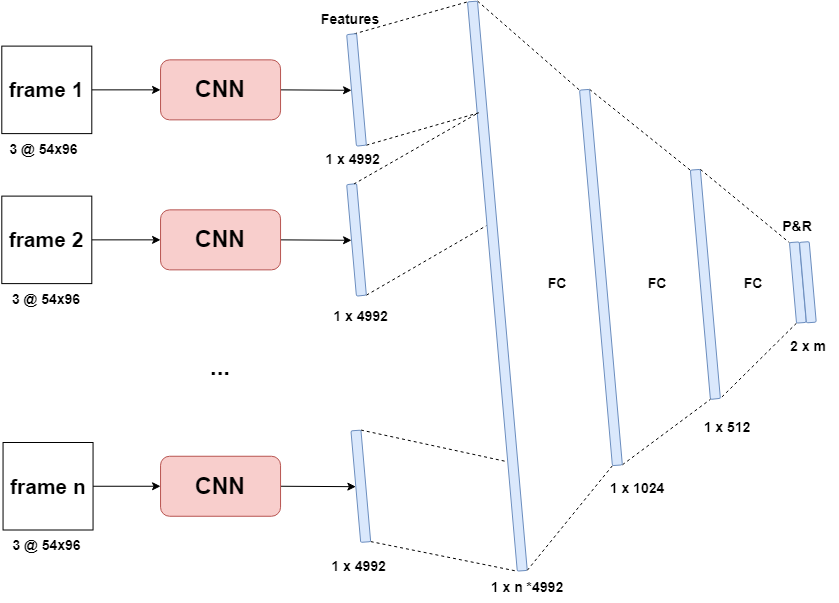
lancedw/3D-state-prediction-for-surface-vessels-using-IMU-data-and-images keeps this draw.io diagram as Documentation/images/architectures/CNN_linear.drawio.png. Above is the earlier version. Source tidied: cells renumbered, new cells last; positions are measured from the earlier drawing's top-left corner, leaving out a move shared by most shapes. The source it was exported from:
```xml
<mxGraphModel>
  <root>
    <mxCell id="0" />
    <mxCell id="1" parent="0" />
    <mxCell id="2" value="&lt;font style=&quot;font-size: 14px;&quot;&gt;1 x 1024&lt;/font&gt;" style="text;html=1;strokeColor=none;fillColor=none;align=center;verticalAlign=middle;whiteSpace=wrap;rounded=0;fontStyle=1;fontSize=14;" parent="1" vertex="1">
      <mxGeometry x="607" y="469.2" width="60" height="30" as="geometry" />
    </mxCell>
    <mxCell id="3" value="&lt;font style=&quot;font-size: 14px;&quot;&gt;1 x 512&lt;/font&gt;" style="text;html=1;strokeColor=none;fillColor=none;align=center;verticalAlign=middle;whiteSpace=wrap;rounded=0;fontStyle=1;fontSize=14;" parent="1" vertex="1">
      <mxGeometry x="697" y="408" width="60" height="30" as="geometry" />
    </mxCell>
    <mxCell id="4" value="FC" style="text;html=1;strokeColor=none;fillColor=none;align=center;verticalAlign=middle;whiteSpace=wrap;rounded=0;fontStyle=1;fontSize=14;" parent="1" vertex="1">
      <mxGeometry x="722.6" y="264.1" width="60" height="30" as="geometry" />
    </mxCell>
    <mxCell id="5" style="rounded=1;whiteSpace=wrap;html=1;glass=0;fontFamily=Helvetica;fontSize=14;fontColor=default;strokeColor=#6c8ebf;fillColor=#dae8fc;rotation=85;fontStyle=1;" parent="1" vertex="1">
      <mxGeometry x="589.9" y="274.9" width="230" height="10" as="geometry" />
    </mxCell>
    <mxCell id="6" style="endArrow=none;dashed=1;html=1;rounded=0;fontFamily=Helvetica;fontSize=14;fontColor=default;entryX=0;entryY=1;entryDx=0;entryDy=0;exitX=0;exitY=0;exitDx=0;exitDy=0;fontStyle=1;" parent="1" edge="1" source="5" target="8">
      <mxGeometry relative="1" as="geometry" />
    </mxCell>
    <mxCell id="7" style="endArrow=none;dashed=1;html=1;rounded=0;fontFamily=Helvetica;fontSize=14;fontColor=default;exitX=1;exitY=1;exitDx=0;exitDy=0;entryX=1;entryY=0;entryDx=0;entryDy=0;fontStyle=1;" parent="1" edge="1" source="8" target="5">
      <mxGeometry relative="1" as="geometry" />
    </mxCell>
    <mxCell id="8" style="rounded=1;whiteSpace=wrap;html=1;glass=0;fontFamily=Helvetica;fontSize=14;fontColor=default;strokeColor=#6c8ebf;fillColor=#dae8fc;rotation=85;fontStyle=1;" parent="1" vertex="1">
      <mxGeometry x="757" y="273.1" width="80.7" height="9.8" as="geometry" />
    </mxCell>
    <mxCell id="9" style="edgeStyle=none;shape=connector;rounded=0;jettySize=auto;html=1;exitX=0;exitY=0;exitDx=0;exitDy=0;entryX=0;entryY=1;entryDx=0;entryDy=0;dashed=1;labelBackgroundColor=default;fontFamily=Helvetica;fontSize=11;fontColor=default;endArrow=none;endFill=0;strokeColor=default;" parent="1" edge="1" source="10" target="48">
      <mxGeometry relative="1" as="geometry" />
    </mxCell>
    <mxCell id="10" style="rounded=1;whiteSpace=wrap;html=1;glass=0;fontFamily=Helvetica;fontSize=14;fontColor=default;strokeColor=#6c8ebf;fillColor=#dae8fc;rotation=85;fontStyle=1;" parent="1" vertex="1">
      <mxGeometry x="211.1" y="276.6" width="571.5" height="10" as="geometry" />
    </mxCell>
    <mxCell id="11" style="rounded=1;whiteSpace=wrap;html=1;glass=0;fontFamily=Helvetica;fontSize=14;fontColor=default;strokeColor=#6c8ebf;fillColor=#dae8fc;rotation=85;fontStyle=1;" parent="1" vertex="1">
      <mxGeometry x="767" y="272.9" width="80.7" height="9.8" as="geometry" />
    </mxCell>
    <mxCell id="12" value="&lt;span style=&quot;font-size: 14px;&quot;&gt;&lt;font style=&quot;font-size: 14px;&quot;&gt;P&amp;amp;R&lt;/font&gt;&lt;/span&gt;" style="text;html=1;strokeColor=none;fillColor=none;align=center;verticalAlign=middle;whiteSpace=wrap;rounded=0;fontStyle=1;fontSize=14;" parent="1" vertex="1">
      <mxGeometry x="767.4" y="206.6" width="60" height="30" as="geometry" />
    </mxCell>
    <mxCell id="13" value="&lt;span style=&quot;font-size: 14px;&quot;&gt;&lt;font style=&quot;font-size: 14px;&quot;&gt;2 x m&lt;/font&gt;&lt;/span&gt;" style="text;html=1;strokeColor=none;fillColor=none;align=center;verticalAlign=middle;whiteSpace=wrap;rounded=0;fontStyle=1;fontSize=14;" parent="1" vertex="1">
      <mxGeometry x="777.7" y="326.6" width="60" height="30" as="geometry" />
    </mxCell>
    <mxCell id="14" value="Features" style="text;html=1;strokeColor=none;fillColor=none;align=center;verticalAlign=middle;whiteSpace=wrap;rounded=0;fontStyle=1;fontSize=14;" parent="1" vertex="1">
      <mxGeometry x="320.1" y="0.4" width="60" height="30" as="geometry" />
    </mxCell>
    <mxCell id="15" value="&lt;font style=&quot;font-size: 14px;&quot;&gt;1 x n *4992&lt;/font&gt;" style="text;html=1;strokeColor=none;fillColor=none;align=center;verticalAlign=middle;whiteSpace=wrap;rounded=0;fontStyle=1;fontSize=14;" parent="1" vertex="1">
      <mxGeometry x="487" y="568" width="80" height="30" as="geometry" />
    </mxCell>
    <mxCell id="16" style="edgeStyle=none;shape=connector;rounded=0;jettySize=auto;html=1;exitX=1;exitY=0.5;exitDx=0;exitDy=0;entryX=0.5;entryY=1;entryDx=0;entryDy=0;labelBackgroundColor=default;fontFamily=Helvetica;fontSize=14;fontColor=default;endArrow=classic;endFill=1;strokeColor=default;fontStyle=1;" parent="1" edge="1" source="17" target="25">
      <mxGeometry relative="1" as="geometry" />
    </mxCell>
    <mxCell id="17" value="&lt;h1 style=&quot;font-size: 23px;&quot;&gt;CNN&lt;/h1&gt;" style="rounded=1;whiteSpace=wrap;html=1;glass=0;fontFamily=Helvetica;fontSize=23;strokeColor=#b85450;fillColor=#f8cecc;fontStyle=1;" parent="1" vertex="1">
      <mxGeometry x="160" y="55.4" width="120" height="60" as="geometry" />
    </mxCell>
    <mxCell id="18" style="edgeStyle=none;shape=connector;rounded=0;jettySize=auto;html=1;exitX=1;exitY=0.5;exitDx=0;exitDy=0;entryX=0.5;entryY=1;entryDx=0;entryDy=0;labelBackgroundColor=default;fontFamily=Helvetica;fontSize=14;fontColor=default;endArrow=classic;endFill=1;strokeColor=default;fontStyle=1;" parent="1" edge="1" source="19" target="27">
      <mxGeometry relative="1" as="geometry" />
    </mxCell>
    <mxCell id="19" value="&lt;h1 style=&quot;font-size: 23px;&quot;&gt;CNN&lt;/h1&gt;" style="rounded=1;whiteSpace=wrap;html=1;glass=0;fontFamily=Helvetica;fontSize=23;strokeColor=#b85450;fillColor=#f8cecc;fontStyle=1;" parent="1" vertex="1">
      <mxGeometry x="160" y="205.4" width="120" height="60" as="geometry" />
    </mxCell>
    <mxCell id="20" style="rounded=0;jettySize=auto;html=1;exitX=1;exitY=0.5;exitDx=0;exitDy=0;entryX=0.5;entryY=1;entryDx=0;entryDy=0;endArrow=classic;endFill=1;fontStyle=1;fontSize=14;" parent="1" edge="1" source="21" target="32">
      <mxGeometry relative="1" as="geometry" />
    </mxCell>
    <mxCell id="21" value="&lt;h1 style=&quot;font-size: 23px;&quot;&gt;CNN&lt;/h1&gt;" style="rounded=1;whiteSpace=wrap;html=1;glass=0;fontFamily=Helvetica;fontSize=23;strokeColor=#b85450;fillColor=#f8cecc;fontStyle=1;" parent="1" vertex="1">
      <mxGeometry x="160" y="451.8" width="120" height="60" as="geometry" />
    </mxCell>
    <mxCell id="22" value="&lt;h1 style=&quot;font-size: 24px;&quot;&gt;...&lt;/h1&gt;" style="text;html=1;strokeColor=none;fillColor=none;align=center;verticalAlign=middle;whiteSpace=wrap;rounded=0;glass=0;fontFamily=Helvetica;fontSize=24;fontColor=default;fontStyle=1;" parent="1" vertex="1">
      <mxGeometry x="190" y="348" width="60" height="30" as="geometry" />
    </mxCell>
    <mxCell id="23" style="edgeStyle=none;shape=connector;rounded=0;jettySize=auto;html=1;exitX=0;exitY=0.25;exitDx=0;exitDy=0;entryX=0;entryY=1;entryDx=0;entryDy=0;dashed=1;labelBackgroundColor=default;fontFamily=Helvetica;fontSize=14;fontColor=default;endArrow=none;endFill=0;strokeColor=default;fontStyle=1;" parent="1" edge="1" source="25" target="10">
      <mxGeometry relative="1" as="geometry" />
    </mxCell>
    <mxCell id="24" style="edgeStyle=none;shape=connector;rounded=0;jettySize=auto;html=1;exitX=1;exitY=0;exitDx=0;exitDy=0;entryX=0.195;entryY=0.837;entryDx=0;entryDy=0;entryPerimeter=0;dashed=1;labelBackgroundColor=default;fontFamily=Helvetica;fontSize=14;fontColor=default;endArrow=none;endFill=0;strokeColor=default;fontStyle=1;" parent="1" edge="1" source="25" target="10">
      <mxGeometry relative="1" as="geometry" />
    </mxCell>
    <mxCell id="25" style="rounded=1;whiteSpace=wrap;html=1;glass=0;fontFamily=Helvetica;fontSize=14;fontColor=default;strokeColor=#6c8ebf;fillColor=#dae8fc;rotation=85;fontStyle=1;" parent="1" vertex="1">
      <mxGeometry x="300" y="80.4" width="112" height="10" as="geometry" />
    </mxCell>
    <mxCell id="26" style="edgeStyle=none;shape=connector;rounded=0;jettySize=auto;html=1;exitX=1;exitY=0;exitDx=0;exitDy=0;entryX=0.393;entryY=1.071;entryDx=0;entryDy=0;entryPerimeter=0;dashed=1;labelBackgroundColor=default;fontFamily=Helvetica;fontSize=14;fontColor=default;endArrow=none;endFill=0;strokeColor=default;fontStyle=1;" parent="1" edge="1" source="27" target="10">
      <mxGeometry relative="1" as="geometry" />
    </mxCell>
    <mxCell id="27" style="rounded=1;whiteSpace=wrap;html=1;glass=0;fontFamily=Helvetica;fontSize=14;fontColor=default;strokeColor=#6c8ebf;fillColor=#dae8fc;rotation=85;fontStyle=1;" parent="1" vertex="1">
      <mxGeometry x="300" y="230.4" width="112" height="10" as="geometry" />
    </mxCell>
    <mxCell id="28" style="edgeStyle=none;shape=connector;rounded=0;jettySize=auto;html=1;exitX=0.197;exitY=1.126;exitDx=0;exitDy=0;entryX=0;entryY=0.25;entryDx=0;entryDy=0;dashed=1;labelBackgroundColor=default;fontFamily=Helvetica;fontSize=14;fontColor=default;endArrow=none;endFill=0;strokeColor=default;exitPerimeter=0;fontStyle=1;" parent="1" edge="1" source="10" target="27">
      <mxGeometry relative="1" as="geometry" />
    </mxCell>
    <mxCell id="29" style="edgeStyle=none;shape=connector;rounded=0;orthogonalLoop=1;jettySize=auto;html=1;exitX=0.75;exitY=0;exitDx=0;exitDy=0;dashed=1;labelBackgroundColor=default;fontFamily=Helvetica;fontSize=14;fontColor=default;endArrow=none;endFill=0;strokeColor=default;fontStyle=1;" parent="1" edge="1" source="19" target="19">
      <mxGeometry relative="1" as="geometry" />
    </mxCell>
    <mxCell id="30" style="edgeStyle=none;shape=connector;rounded=0;jettySize=auto;html=1;exitX=1;exitY=0;exitDx=0;exitDy=0;entryX=1;entryY=1;entryDx=0;entryDy=0;dashed=1;labelBackgroundColor=default;fontFamily=Helvetica;fontSize=14;fontColor=default;endArrow=none;endFill=0;strokeColor=default;fontStyle=1;" parent="1" edge="1" source="32" target="10">
      <mxGeometry relative="1" as="geometry" />
    </mxCell>
    <mxCell id="31" style="edgeStyle=none;shape=connector;rounded=0;jettySize=auto;html=1;exitX=0;exitY=0;exitDx=0;exitDy=0;entryX=0.807;entryY=1.153;entryDx=0;entryDy=0;entryPerimeter=0;dashed=1;labelBackgroundColor=default;fontFamily=Helvetica;fontSize=14;fontColor=default;endArrow=none;endFill=0;strokeColor=default;fontStyle=1;" parent="1" edge="1" source="32" target="10">
      <mxGeometry relative="1" as="geometry" />
    </mxCell>
    <mxCell id="32" style="rounded=1;whiteSpace=wrap;html=1;glass=0;fontFamily=Helvetica;fontSize=14;fontColor=default;strokeColor=#6c8ebf;fillColor=#dae8fc;rotation=85;fontStyle=1;" parent="1" vertex="1">
      <mxGeometry x="304.3" y="476.8" width="112" height="10" as="geometry" />
    </mxCell>
    <mxCell id="33" style="edgeStyle=orthogonalEdgeStyle;shape=connector;rounded=0;jettySize=auto;html=1;exitX=1;exitY=0.5;exitDx=0;exitDy=0;entryX=0;entryY=0.5;entryDx=0;entryDy=0;labelBackgroundColor=default;fontFamily=Helvetica;fontSize=14;fontColor=default;endArrow=classic;endFill=1;strokeColor=default;fontStyle=1;" parent="1" edge="1" source="34" target="17">
      <mxGeometry relative="1" as="geometry" />
    </mxCell>
    <mxCell id="34" value="frame 1" style="rounded=0;whiteSpace=wrap;html=1;fontFamily=Helvetica;fontSize=21;fontColor=default;fontStyle=1;" parent="1" vertex="1">
      <mxGeometry x="1.3" y="41.6" width="90" height="87.5" as="geometry" />
    </mxCell>
    <mxCell id="35" style="edgeStyle=orthogonalEdgeStyle;shape=connector;rounded=0;jettySize=auto;html=1;exitX=1;exitY=0.5;exitDx=0;exitDy=0;entryX=0;entryY=0.5;entryDx=0;entryDy=0;labelBackgroundColor=default;fontFamily=Helvetica;fontSize=14;fontColor=default;endArrow=classic;endFill=1;strokeColor=default;fontStyle=1;" parent="1" edge="1" source="36" target="19">
      <mxGeometry relative="1" as="geometry" />
    </mxCell>
    <mxCell id="36" value="frame 2" style="rounded=0;whiteSpace=wrap;html=1;fontFamily=Helvetica;fontSize=21;fontColor=default;fontStyle=1;" parent="1" vertex="1">
      <mxGeometry x="1.3" y="191.6" width="90" height="87.5" as="geometry" />
    </mxCell>
    <mxCell id="37" style="edgeStyle=orthogonalEdgeStyle;shape=connector;rounded=0;jettySize=auto;html=1;exitX=1;exitY=0.5;exitDx=0;exitDy=0;entryX=0;entryY=0.5;entryDx=0;entryDy=0;labelBackgroundColor=default;fontFamily=Helvetica;fontSize=14;fontColor=default;endArrow=classic;endFill=1;strokeColor=default;fontStyle=1;" parent="1" edge="1" source="38" target="21">
      <mxGeometry relative="1" as="geometry" />
    </mxCell>
    <mxCell id="38" value="frame n" style="rounded=0;whiteSpace=wrap;html=1;fontFamily=Helvetica;fontSize=21;fontColor=default;fontStyle=1;" parent="1" vertex="1">
      <mxGeometry x="2.5" y="438" width="90" height="87.5" as="geometry" />
    </mxCell>
    <mxCell id="39" value="&lt;font style=&quot;font-size: 14px;&quot;&gt;3 @ 54x96&lt;/font&gt;" style="text;html=1;strokeColor=none;fillColor=none;align=center;verticalAlign=middle;whiteSpace=wrap;rounded=0;fontStyle=1;fontSize=14;" parent="1" vertex="1">
      <mxGeometry x="1.3" y="129.1" width="85" height="31.2" as="geometry" />
    </mxCell>
    <mxCell id="40" value="&lt;font style=&quot;font-size: 14px;&quot;&gt;3 @ 54x96&lt;/font&gt;" style="text;html=1;strokeColor=none;fillColor=none;align=center;verticalAlign=middle;whiteSpace=wrap;rounded=0;fontStyle=1;fontSize=14;" parent="1" vertex="1">
      <mxGeometry y="525.5" width="92.5" height="31.2" as="geometry" />
    </mxCell>
    <mxCell id="41" value="&lt;font style=&quot;font-size: 14px;&quot;&gt;3 @ 54x96&lt;/font&gt;" style="text;html=1;strokeColor=none;fillColor=none;align=center;verticalAlign=middle;whiteSpace=wrap;rounded=0;fontStyle=1;fontSize=14;" parent="1" vertex="1">
      <mxGeometry x="1.3" y="279.1" width="90" height="31.2" as="geometry" />
    </mxCell>
    <mxCell id="42" value="&lt;font style=&quot;font-size: 14px;&quot;&gt;1 x 4992&amp;nbsp;&lt;/font&gt;" style="text;html=1;strokeColor=none;fillColor=none;align=center;verticalAlign=middle;whiteSpace=wrap;rounded=0;fontStyle=1;fontSize=14;" parent="1" vertex="1">
      <mxGeometry x="320.1" y="140.4" width="69" height="30" as="geometry" />
    </mxCell>
    <mxCell id="43" value="&lt;font style=&quot;font-size: 14px;&quot;&gt;1 x 4992&amp;nbsp;&lt;/font&gt;" style="text;html=1;strokeColor=none;fillColor=none;align=center;verticalAlign=middle;whiteSpace=wrap;rounded=0;fontStyle=1;fontSize=14;" parent="1" vertex="1">
      <mxGeometry x="330.1" y="296.6" width="65" height="30" as="geometry" />
    </mxCell>
    <mxCell id="44" value="&lt;font style=&quot;font-size: 14px;&quot;&gt;1 x 4992&amp;nbsp;&lt;/font&gt;" style="text;html=1;strokeColor=none;fillColor=none;align=center;verticalAlign=middle;whiteSpace=wrap;rounded=0;fontStyle=1;fontSize=14;" parent="1" vertex="1">
      <mxGeometry x="325.8" y="546.8" width="69" height="30" as="geometry" />
    </mxCell>
    <mxCell id="45" style="edgeStyle=none;rounded=0;jettySize=auto;html=1;exitX=0;exitY=0;exitDx=0;exitDy=0;entryX=0;entryY=1;entryDx=0;entryDy=0;dashed=1;endArrow=none;endFill=0;" parent="1" edge="1" source="48" target="5">
      <mxGeometry relative="1" as="geometry" />
    </mxCell>
    <mxCell id="46" style="edgeStyle=none;shape=connector;rounded=0;jettySize=auto;html=1;exitX=1;exitY=0;exitDx=0;exitDy=0;entryX=1;entryY=1;entryDx=0;entryDy=0;dashed=1;labelBackgroundColor=default;fontFamily=Helvetica;fontSize=11;fontColor=default;endArrow=none;endFill=0;strokeColor=default;" parent="1" edge="1" source="48" target="5">
      <mxGeometry relative="1" as="geometry" />
    </mxCell>
    <mxCell id="47" style="edgeStyle=none;shape=connector;rounded=0;jettySize=auto;html=1;exitX=1;exitY=1;exitDx=0;exitDy=0;entryX=1;entryY=0;entryDx=0;entryDy=0;dashed=1;labelBackgroundColor=default;fontFamily=Helvetica;fontSize=11;fontColor=default;endArrow=none;endFill=0;strokeColor=default;" parent="1" edge="1" source="48" target="10">
      <mxGeometry relative="1" as="geometry" />
    </mxCell>
    <mxCell id="48" style="rounded=1;whiteSpace=wrap;html=1;glass=0;fontFamily=Helvetica;fontSize=14;fontColor=default;strokeColor=#6c8ebf;fillColor=#dae8fc;rotation=85;fontStyle=1;" parent="1" vertex="1">
      <mxGeometry x="412" y="268" width="376.9" height="10" as="geometry" />
    </mxCell>
    <mxCell id="49" value="FC" style="text;html=1;strokeColor=none;fillColor=none;align=center;verticalAlign=middle;whiteSpace=wrap;rounded=0;fontStyle=1;fontSize=14;" parent="1" vertex="1">
      <mxGeometry x="527" y="264.1" width="60" height="30" as="geometry" />
    </mxCell>
    <mxCell id="50" value="FC" style="text;html=1;strokeColor=none;fillColor=none;align=center;verticalAlign=middle;whiteSpace=wrap;rounded=0;fontStyle=1;fontSize=14;" parent="1" vertex="1">
      <mxGeometry x="627" y="264.1" width="60" height="30" as="geometry" />
    </mxCell>
  </root>
</mxGraphModel>
```
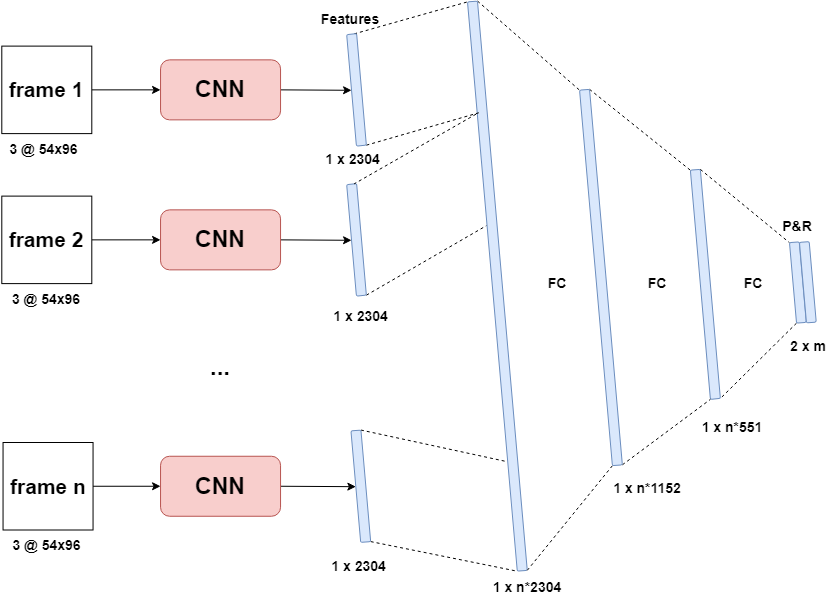
Later version of the same file.

Commit message:
paper and updated diagram for cnn linear

What changed in the source:
```diff
@@ -2,11 +2,11 @@
   <root>
     <mxCell id="0" />
     <mxCell id="1" parent="0" />
-    <mxCell id="2" value="&lt;font style=&quot;font-size: 14px;&quot;&gt;1 x 1024&lt;/font&gt;" style="text;html=1;strokeColor=none;fillColor=none;align=center;verticalAlign=middle;whiteSpace=wrap;rounded=0;fontStyle=1;fontSize=14;" parent="1" vertex="1">
-      <mxGeometry x="607" y="469.2" width="60" height="30" as="geometry" />
+    <mxCell id="2" value="&lt;font style=&quot;font-size: 14px;&quot;&gt;1 x n*1152&lt;/font&gt;" style="text;html=1;strokeColor=none;fillColor=none;align=center;verticalAlign=middle;whiteSpace=wrap;rounded=0;fontStyle=1;fontSize=14;" parent="1" vertex="1">
+      <mxGeometry x="607" y="469.2" width="80" height="30" as="geometry" />
     </mxCell>
-    <mxCell id="3" value="&lt;font style=&quot;font-size: 14px;&quot;&gt;1 x 512&lt;/font&gt;" style="text;html=1;strokeColor=none;fillColor=none;align=center;verticalAlign=middle;whiteSpace=wrap;rounded=0;fontStyle=1;fontSize=14;" parent="1" vertex="1">
-      <mxGeometry x="697" y="408" width="60" height="30" as="geometry" />
+    <mxCell id="3" value="&lt;font style=&quot;font-size: 14px;&quot;&gt;1 x n*551&lt;/font&gt;" style="text;html=1;strokeColor=none;fillColor=none;align=center;verticalAlign=middle;whiteSpace=wrap;rounded=0;fontStyle=1;fontSize=14;" parent="1" vertex="1">
+      <mxGeometry x="697" y="408" width="70" height="30" as="geometry" />
     </mxCell>
     <mxCell id="4" value="FC" style="text;html=1;strokeColor=none;fillColor=none;align=center;verticalAlign=middle;whiteSpace=wrap;rounded=0;fontStyle=1;fontSize=14;" parent="1" vertex="1">
       <mxGeometry x="722.6" y="264.1" width="60" height="30" as="geometry" />
@@ -41,7 +41,7 @@
     <mxCell id="14" value="Features" style="text;html=1;strokeColor=none;fillColor=none;align=center;verticalAlign=middle;whiteSpace=wrap;rounded=0;fontStyle=1;fontSize=14;" parent="1" vertex="1">
       <mxGeometry x="320.1" y="0.4" width="60" height="30" as="geometry" />
     </mxCell>
-    <mxCell id="15" value="&lt;font style=&quot;font-size: 14px;&quot;&gt;1 x n *4992&lt;/font&gt;" style="text;html=1;strokeColor=none;fillColor=none;align=center;verticalAlign=middle;whiteSpace=wrap;rounded=0;fontStyle=1;fontSize=14;" parent="1" vertex="1">
+    <mxCell id="15" value="&lt;font style=&quot;font-size: 14px;&quot;&gt;1 x n*2304&lt;/font&gt;" style="text;html=1;strokeColor=none;fillColor=none;align=center;verticalAlign=middle;whiteSpace=wrap;rounded=0;fontStyle=1;fontSize=14;" parent="1" vertex="1">
       <mxGeometry x="487" y="568" width="80" height="30" as="geometry" />
     </mxCell>
     <mxCell id="16" style="edgeStyle=none;shape=connector;rounded=0;jettySize=auto;html=1;exitX=1;exitY=0.5;exitDx=0;exitDy=0;entryX=0.5;entryY=1;entryDx=0;entryDy=0;labelBackgroundColor=default;fontFamily=Helvetica;fontSize=14;fontColor=default;endArrow=classic;endFill=1;strokeColor=default;fontStyle=1;" parent="1" edge="1" source="17" target="25">
@@ -122,13 +122,13 @@
     <mxCell id="41" value="&lt;font style=&quot;font-size: 14px;&quot;&gt;3 @ 54x96&lt;/font&gt;" style="text;html=1;strokeColor=none;fillColor=none;align=center;verticalAlign=middle;whiteSpace=wrap;rounded=0;fontStyle=1;fontSize=14;" parent="1" vertex="1">
       <mxGeometry x="1.3" y="279.1" width="90" height="31.2" as="geometry" />
     </mxCell>
-    <mxCell id="42" value="&lt;font style=&quot;font-size: 14px;&quot;&gt;1 x 4992&amp;nbsp;&lt;/font&gt;" style="text;html=1;strokeColor=none;fillColor=none;align=center;verticalAlign=middle;whiteSpace=wrap;rounded=0;fontStyle=1;fontSize=14;" parent="1" vertex="1">
+    <mxCell id="42" value="&lt;font style=&quot;font-size: 14px;&quot;&gt;1 x 2304&amp;nbsp;&lt;/font&gt;" style="text;html=1;strokeColor=none;fillColor=none;align=center;verticalAlign=middle;whiteSpace=wrap;rounded=0;fontStyle=1;fontSize=14;" parent="1" vertex="1">
       <mxGeometry x="320.1" y="140.4" width="69" height="30" as="geometry" />
     </mxCell>
-    <mxCell id="43" value="&lt;font style=&quot;font-size: 14px;&quot;&gt;1 x 4992&amp;nbsp;&lt;/font&gt;" style="text;html=1;strokeColor=none;fillColor=none;align=center;verticalAlign=middle;whiteSpace=wrap;rounded=0;fontStyle=1;fontSize=14;" parent="1" vertex="1">
+    <mxCell id="43" value="&lt;font style=&quot;font-size: 14px;&quot;&gt;1 x 2304&amp;nbsp;&lt;/font&gt;" style="text;html=1;strokeColor=none;fillColor=none;align=center;verticalAlign=middle;whiteSpace=wrap;rounded=0;fontStyle=1;fontSize=14;" parent="1" vertex="1">
       <mxGeometry x="330.1" y="296.6" width="65" height="30" as="geometry" />
     </mxCell>
-    <mxCell id="44" value="&lt;font style=&quot;font-size: 14px;&quot;&gt;1 x 4992&amp;nbsp;&lt;/font&gt;" style="text;html=1;strokeColor=none;fillColor=none;align=center;verticalAlign=middle;whiteSpace=wrap;rounded=0;fontStyle=1;fontSize=14;" parent="1" vertex="1">
+    <mxCell id="44" value="&lt;font style=&quot;font-size: 14px;&quot;&gt;1 x 2304&amp;nbsp;&lt;/font&gt;" style="text;html=1;strokeColor=none;fillColor=none;align=center;verticalAlign=middle;whiteSpace=wrap;rounded=0;fontStyle=1;fontSize=14;" parent="1" vertex="1">
       <mxGeometry x="325.8" y="546.8" width="69" height="30" as="geometry" />
     </mxCell>
     <mxCell id="45" style="edgeStyle=none;rounded=0;jettySize=auto;html=1;exitX=0;exitY=0;exitDx=0;exitDy=0;entryX=0;entryY=1;entryDx=0;entryDy=0;dashed=1;endArrow=none;endFill=0;" parent="1" edge="1" source="48" target="5">
```
